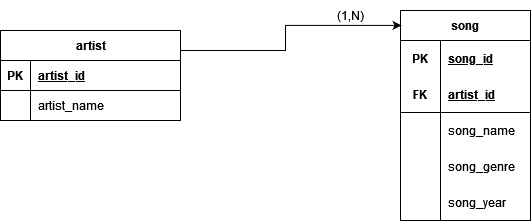
The draw.io diagram Diagrama BDD.drawio.png in lauti05/musicapp, before a commit. Source tidied: cells renumbered, new cells last; positions are measured from the earlier drawing's top-left corner, leaving out a move shared by most shapes.
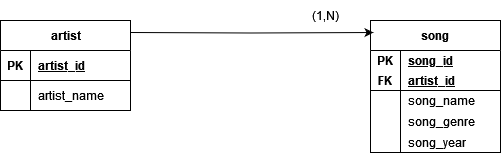
Above is the later version.

Commit message:
Agregado Diagrama BDD.png

Change to the diagram source:
```diff
@@ -1,88 +1,86 @@
-<mxGraphModel>
+<mxGraphModel background="#ffffff">
   <root>
     <mxCell id="0" />
     <mxCell id="1" parent="0" />
-    <mxCell id="2" value="song" style="shape=table;startSize=30;rowLines=0;fontStyle=1;align=center;html=1;whiteSpace=wrap;" parent="1" vertex="1">
-      <mxGeometry x="400" y="10" width="130" height="210" as="geometry" />
+    <mxCell id="2" value="song" style="shape=table;startSize=30;rowLines=0;fontStyle=1;align=center;html=1;whiteSpace=wrap;rounded=0;labelBackgroundColor=none;" parent="1" vertex="1">
+      <mxGeometry x="400" y="30" width="130" height="132" as="geometry" />
     </mxCell>
-    <mxCell id="3" style="shape=tableRow;horizontal=0;startSize=0;swimlaneHead=0;swimlaneBody=0;fillColor=none;top=0;left=0;right=0;bottom=0;html=1;" parent="2" vertex="1">
-      <mxGeometry y="30" width="130" height="36" as="geometry" />
+    <mxCell id="3" style="shape=tableRow;horizontal=0;startSize=0;swimlaneHead=0;swimlaneBody=0;fillColor=none;top=0;left=0;right=0;bottom=0;html=1;rounded=0;labelBackgroundColor=none;" parent="2" vertex="1">
+      <mxGeometry y="30" width="130" height="20" as="geometry" />
     </mxCell>
-    <mxCell id="4" value="PK" style="shape=partialRectangle;fillColor=none;top=0;left=0;bottom=0;right=0;fontStyle=1;overflow=hidden;html=1;whiteSpace=wrap;" parent="3" vertex="1">
-      <mxGeometry width="40" height="36" as="geometry" />
+    <mxCell id="4" value="PK" style="shape=partialRectangle;fillColor=none;top=0;left=0;bottom=0;right=0;fontStyle=1;overflow=hidden;html=1;whiteSpace=wrap;rounded=0;labelBackgroundColor=none;" parent="3" vertex="1">
+      <mxGeometry width="30" height="20" as="geometry" />
     </mxCell>
-    <mxCell id="5" value="song_id" style="shape=partialRectangle;fillColor=none;top=0;left=0;bottom=0;right=0;align=left;spacingLeft=6;fontStyle=5;overflow=hidden;html=1;whiteSpace=wrap;" parent="3" vertex="1">
-      <mxGeometry x="40" width="90" height="36" as="geometry" />
+    <mxCell id="5" value="song_id" style="shape=partialRectangle;fillColor=none;top=0;left=0;bottom=0;right=0;align=left;spacingLeft=6;fontStyle=5;overflow=hidden;html=1;whiteSpace=wrap;rounded=0;labelBackgroundColor=none;" parent="3" vertex="1">
+      <mxGeometry x="30" width="100" height="20" as="geometry" />
     </mxCell>
-    <mxCell id="6" style="shape=tableRow;horizontal=0;startSize=0;swimlaneHead=0;swimlaneBody=0;fillColor=none;top=0;left=0;right=0;bottom=1;html=1;" parent="2" vertex="1">
-      <mxGeometry y="66" width="130" height="36" as="geometry" />
+    <mxCell id="6" style="shape=tableRow;horizontal=0;startSize=0;swimlaneHead=0;swimlaneBody=0;fillColor=none;top=0;left=0;right=0;bottom=1;html=1;rounded=0;labelBackgroundColor=none;" parent="2" vertex="1">
+      <mxGeometry y="50" width="130" height="20" as="geometry" />
     </mxCell>
-    <mxCell id="7" value="FK" style="shape=partialRectangle;fillColor=none;top=0;left=0;bottom=0;right=0;fontStyle=1;overflow=hidden;html=1;whiteSpace=wrap;" parent="6" vertex="1">
-      <mxGeometry width="40" height="36" as="geometry" />
+    <mxCell id="7" value="FK" style="shape=partialRectangle;fillColor=none;top=0;left=0;bottom=0;right=0;fontStyle=1;overflow=hidden;html=1;whiteSpace=wrap;rounded=0;labelBackgroundColor=none;" parent="6" vertex="1">
+      <mxGeometry width="30" height="20" as="geometry" />
     </mxCell>
-    <mxCell id="8" value="artist_id" style="shape=partialRectangle;fillColor=none;top=0;left=0;bottom=0;right=0;align=left;spacingLeft=6;fontStyle=5;overflow=hidden;html=1;whiteSpace=wrap;" parent="6" vertex="1">
-      <mxGeometry x="40" width="90" height="36" as="geometry" />
+    <mxCell id="8" value="artist_id" style="shape=partialRectangle;fillColor=none;top=0;left=0;bottom=0;right=0;align=left;spacingLeft=6;fontStyle=5;overflow=hidden;html=1;whiteSpace=wrap;rounded=0;labelBackgroundColor=none;" parent="6" vertex="1">
+      <mxGeometry x="30" width="100" height="20" as="geometry" />
     </mxCell>
-    <mxCell id="9" style="shape=tableRow;horizontal=0;startSize=0;swimlaneHead=0;swimlaneBody=0;fillColor=none;top=0;left=0;right=0;bottom=0;html=1;" parent="2" vertex="1">
-      <mxGeometry y="102" width="130" height="36" as="geometry" />
+    <mxCell id="9" style="shape=tableRow;horizontal=0;startSize=0;swimlaneHead=0;swimlaneBody=0;fillColor=none;top=0;left=0;right=0;bottom=0;html=1;rounded=0;labelBackgroundColor=none;" parent="2" vertex="1">
+      <mxGeometry y="70" width="130" height="20" as="geometry" />
     </mxCell>
-    <mxCell id="10" style="shape=partialRectangle;fillColor=none;top=0;left=0;bottom=0;right=0;overflow=hidden;html=1;whiteSpace=wrap;" parent="9" vertex="1">
-      <mxGeometry width="40" height="36" as="geometry" />
+    <mxCell id="10" style="shape=partialRectangle;fillColor=none;top=0;left=0;bottom=0;right=0;overflow=hidden;html=1;whiteSpace=wrap;rounded=0;labelBackgroundColor=none;" parent="9" vertex="1">
+      <mxGeometry width="30" height="20" as="geometry" />
     </mxCell>
-    <mxCell id="11" value="song_name" style="shape=partialRectangle;fillColor=none;top=0;left=0;bottom=0;right=0;align=left;spacingLeft=6;overflow=hidden;html=1;whiteSpace=wrap;" parent="9" vertex="1">
-      <mxGeometry x="40" width="90" height="36" as="geometry" />
+    <mxCell id="11" value="song_name" style="shape=partialRectangle;fillColor=none;top=0;left=0;bottom=0;right=0;align=left;spacingLeft=6;overflow=hidden;html=1;whiteSpace=wrap;rounded=0;labelBackgroundColor=none;" parent="9" vertex="1">
+      <mxGeometry x="30" width="100" height="20" as="geometry" />
     </mxCell>
-    <mxCell id="12" style="shape=tableRow;horizontal=0;startSize=0;swimlaneHead=0;swimlaneBody=0;fillColor=none;top=0;left=0;right=0;bottom=0;html=1;" parent="2" vertex="1">
-      <mxGeometry y="138" width="130" height="36" as="geometry" />
+    <mxCell id="12" style="shape=tableRow;horizontal=0;startSize=0;swimlaneHead=0;swimlaneBody=0;fillColor=none;top=0;left=0;right=0;bottom=0;html=1;rounded=0;labelBackgroundColor=none;" parent="2" vertex="1">
+      <mxGeometry y="90" width="130" height="22" as="geometry" />
     </mxCell>
-    <mxCell id="13" style="shape=partialRectangle;fillColor=none;top=0;left=0;bottom=0;right=0;overflow=hidden;html=1;whiteSpace=wrap;" parent="12" vertex="1">
-      <mxGeometry width="40" height="36" as="geometry" />
+    <mxCell id="13" style="shape=partialRectangle;fillColor=none;top=0;left=0;bottom=0;right=0;overflow=hidden;html=1;whiteSpace=wrap;rounded=0;labelBackgroundColor=none;" parent="12" vertex="1">
+      <mxGeometry width="30" height="22" as="geometry" />
     </mxCell>
-    <mxCell id="14" value="song_genre" style="shape=partialRectangle;fillColor=none;top=0;left=0;bottom=0;right=0;align=left;spacingLeft=6;overflow=hidden;html=1;whiteSpace=wrap;" parent="12" vertex="1">
-      <mxGeometry x="40" width="90" height="36" as="geometry" />
+    <mxCell id="14" value="song_genre" style="shape=partialRectangle;fillColor=none;top=0;left=0;bottom=0;right=0;align=left;spacingLeft=6;overflow=hidden;html=1;whiteSpace=wrap;rounded=0;labelBackgroundColor=none;" parent="12" vertex="1">
+      <mxGeometry x="30" width="100" height="22" as="geometry" />
     </mxCell>
-    <mxCell id="15" style="shape=tableRow;horizontal=0;startSize=0;swimlaneHead=0;swimlaneBody=0;fillColor=none;top=0;left=0;right=0;bottom=0;html=1;" parent="2" vertex="1">
-      <mxGeometry y="174" width="130" height="36" as="geometry" />
+    <mxCell id="15" style="shape=tableRow;horizontal=0;startSize=0;swimlaneHead=0;swimlaneBody=0;fillColor=none;top=0;left=0;right=0;bottom=0;html=1;rounded=0;labelBackgroundColor=none;" parent="2" vertex="1">
+      <mxGeometry y="112" width="130" height="20" as="geometry" />
     </mxCell>
-    <mxCell id="16" style="shape=partialRectangle;fillColor=none;top=0;left=0;bottom=0;right=0;overflow=hidden;html=1;whiteSpace=wrap;" parent="15" vertex="1">
-      <mxGeometry width="40" height="36" as="geometry" />
+    <mxCell id="16" style="shape=partialRectangle;fillColor=none;top=0;left=0;bottom=0;right=0;overflow=hidden;html=1;whiteSpace=wrap;rounded=0;labelBackgroundColor=none;" parent="15" vertex="1">
+      <mxGeometry width="30" height="20" as="geometry" />
     </mxCell>
-    <mxCell id="17" value="song_year" style="shape=partialRectangle;fillColor=none;top=0;left=0;bottom=0;right=0;align=left;spacingLeft=6;overflow=hidden;html=1;whiteSpace=wrap;" parent="15" vertex="1">
-      <mxGeometry x="40" width="90" height="36" as="geometry" />
+    <mxCell id="17" value="song_year" style="shape=partialRectangle;fillColor=none;top=0;left=0;bottom=0;right=0;align=left;spacingLeft=6;overflow=hidden;html=1;whiteSpace=wrap;rounded=0;labelBackgroundColor=none;" parent="15" vertex="1">
+      <mxGeometry x="30" width="100" height="20" as="geometry" />
     </mxCell>
-    <mxCell id="18" style="edgeStyle=orthogonalEdgeStyle;rounded=0;jettySize=auto;html=1;entryX=0.008;entryY=0.071;entryDx=0;entryDy=0;entryPerimeter=0;" parent="1" edge="1" target="2">
-      <mxGeometry relative="1" as="geometry">
-        <mxPoint x="180" y="80" as="sourcePoint" />
-        <Array as="points">
-          <mxPoint x="180" y="50" />
-          <mxPoint x="285" y="50" />
-          <mxPoint x="285" y="25" />
-        </Array>
-      </mxGeometry>
-    </mxCell>
-    <mxCell id="19" value="artist" style="shape=table;startSize=30;rowLines=0;fontStyle=1;align=center;html=1;" parent="1" vertex="1">
-      <mxGeometry y="30" width="180" height="90" as="geometry" />
+    <mxCell id="19" value="artist" style="shape=table;startSize=30;rowLines=0;fontStyle=1;align=center;html=1;rounded=0;labelBackgroundColor=none;" parent="1" vertex="1">
+      <mxGeometry x="30" y="30" width="130" height="90" as="geometry" />
     </mxCell>
-    <mxCell id="20" style="shape=tableRow;horizontal=0;startSize=0;swimlaneHead=0;swimlaneBody=0;fillColor=none;points=[[0,0.5],[1,0.5]];portConstraint=eastwest;top=0;left=0;right=0;bottom=1;" parent="19" vertex="1">
-      <mxGeometry y="30" width="180" height="30" as="geometry" />
+    <mxCell id="20" style="shape=tableRow;horizontal=0;startSize=0;swimlaneHead=0;swimlaneBody=0;fillColor=none;points=[[0,0.5],[1,0.5]];portConstraint=eastwest;top=0;left=0;right=0;bottom=1;rounded=0;labelBackgroundColor=none;" parent="19" vertex="1">
+      <mxGeometry y="30" width="130" height="30" as="geometry" />
     </mxCell>
-    <mxCell id="21" value="PK" style="shape=partialRectangle;fillColor=none;top=0;left=0;bottom=0;right=0;fontStyle=1;overflow=hidden;whiteSpace=wrap;html=1;" parent="20" vertex="1">
+    <mxCell id="21" value="PK" style="shape=partialRectangle;fillColor=none;top=0;left=0;bottom=0;right=0;fontStyle=1;overflow=hidden;whiteSpace=wrap;html=1;rounded=0;labelBackgroundColor=none;" parent="20" vertex="1">
       <mxGeometry width="30" height="30" as="geometry" />
     </mxCell>
-    <mxCell id="22" value="artist_id" style="shape=partialRectangle;fillColor=none;top=0;left=0;bottom=0;right=0;align=left;spacingLeft=6;fontStyle=5;overflow=hidden;whiteSpace=wrap;html=1;" parent="20" vertex="1">
-      <mxGeometry x="30" width="150" height="30" as="geometry" />
+    <mxCell id="22" value="artist_id" style="shape=partialRectangle;fillColor=none;top=0;left=0;bottom=0;right=0;align=left;spacingLeft=6;fontStyle=5;overflow=hidden;whiteSpace=wrap;html=1;rounded=0;labelBackgroundColor=none;" parent="20" vertex="1">
+      <mxGeometry x="30" width="100" height="30" as="geometry" />
     </mxCell>
-    <mxCell id="23" style="shape=tableRow;horizontal=0;startSize=0;swimlaneHead=0;swimlaneBody=0;fillColor=none;top=0;left=0;right=0;bottom=0;" parent="19" vertex="1">
-      <mxGeometry y="60" width="180" height="30" as="geometry" />
+    <mxCell id="23" style="shape=tableRow;horizontal=0;startSize=0;swimlaneHead=0;swimlaneBody=0;fillColor=none;top=0;left=0;right=0;bottom=0;rounded=0;labelBackgroundColor=none;" parent="19" vertex="1">
+      <mxGeometry y="60" width="130" height="30" as="geometry" />
     </mxCell>
-    <mxCell id="24" style="shape=partialRectangle;fillColor=none;top=0;left=0;bottom=0;right=0;overflow=hidden;whiteSpace=wrap;html=1;" parent="23" vertex="1">
+    <mxCell id="24" style="shape=partialRectangle;fillColor=none;top=0;left=0;bottom=0;right=0;overflow=hidden;whiteSpace=wrap;html=1;rounded=0;labelBackgroundColor=none;" parent="23" vertex="1">
       <mxGeometry width="30" height="30" as="geometry" />
     </mxCell>
-    <mxCell id="25" value="artist_name" style="shape=partialRectangle;fillColor=none;top=0;left=0;bottom=0;right=0;align=left;spacingLeft=6;overflow=hidden;whiteSpace=wrap;html=1;" parent="23" vertex="1">
-      <mxGeometry x="30" width="150" height="30" as="geometry" />
+    <mxCell id="25" value="artist_name" style="shape=partialRectangle;fillColor=none;top=0;left=0;bottom=0;right=0;align=left;spacingLeft=6;overflow=hidden;whiteSpace=wrap;html=1;rounded=0;labelBackgroundColor=none;" parent="23" vertex="1">
+      <mxGeometry x="30" width="100" height="30" as="geometry" />
     </mxCell>
+    <mxCell id="27" style="edgeStyle=orthogonalEdgeStyle;rounded=0;jettySize=auto;html=1;exitX=1;exitY=0.5;exitDx=0;exitDy=0;" parent="19" edge="1" source="19" target="20">
+      <mxGeometry relative="1" as="geometry" />
+    </mxCell>
-    <mxCell id="26" value="(1,N)" style="text;html=1;align=center;verticalAlign=middle;strokeColor=none;fillColor=none;" parent="1" vertex="1">
-      <mxGeometry x="325" width="50" height="30" as="geometry" />
+    <mxCell id="26" value="(1,N)" style="text;html=1;align=center;verticalAlign=middle;strokeColor=none;fillColor=none;rounded=0;labelBackgroundColor=none;" parent="1" vertex="1">
+      <mxGeometry x="330" y="10" width="50" height="30" as="geometry" />
     </mxCell>
+    <mxCell id="28" style="edgeStyle=orthogonalEdgeStyle;rounded=0;jettySize=auto;html=1;entryX=0.023;entryY=0.091;entryDx=0;entryDy=0;entryPerimeter=0;" parent="1" edge="1" target="2">
+      <mxGeometry relative="1" as="geometry">
+        <mxPoint x="160" y="42" as="sourcePoint" />
+      </mxGeometry>
+    </mxCell>
   </root>
 </mxGraphModel>
```
